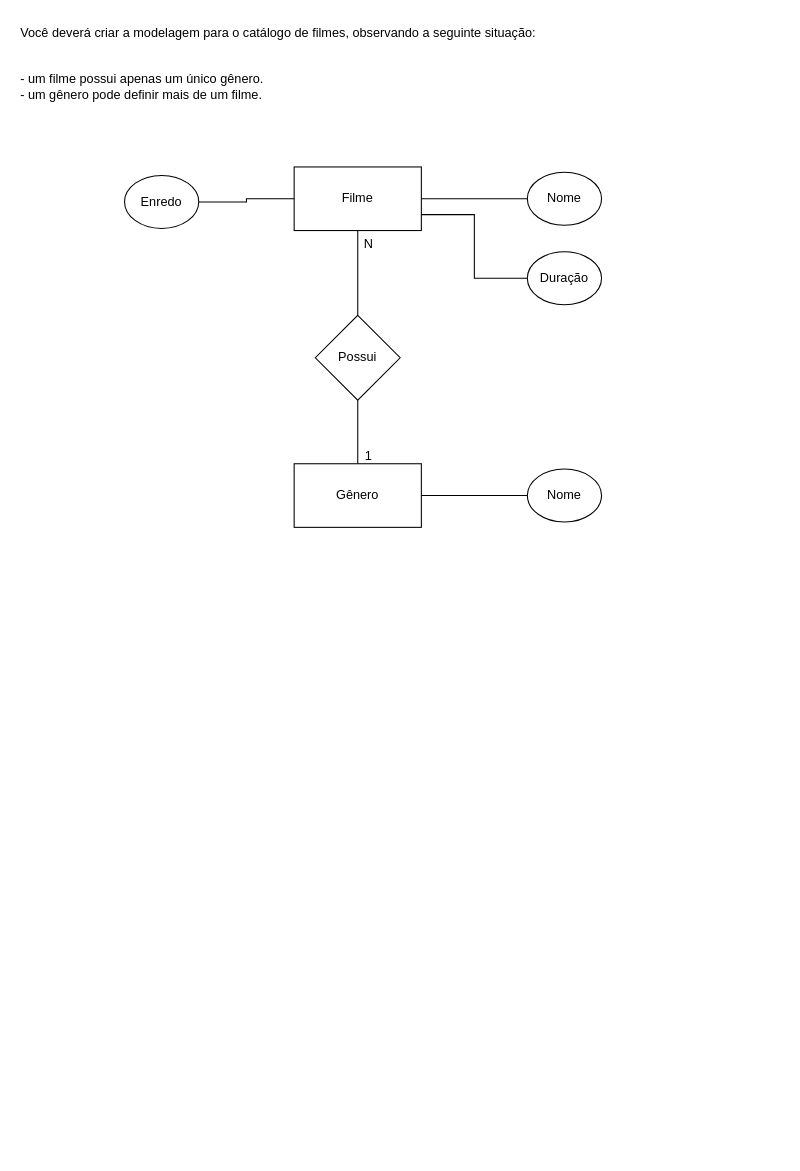
The draw.io diagram 2ºSemestre/Banco de dados (1)/modelo, entidade e relacionamento/aula 3 24.07 exercicios/1.0/1.0.drawio in Filipe-Gois/Senai, before the edit. Source tidied: cells renumbered, new cells numbered last; positions are measured from the earlier drawing's top-left corner, leaving out a move shared by most shapes. Both pictures are drawn from the tidied source at 106%, with x=0, y=0 at pixel (18, 18).
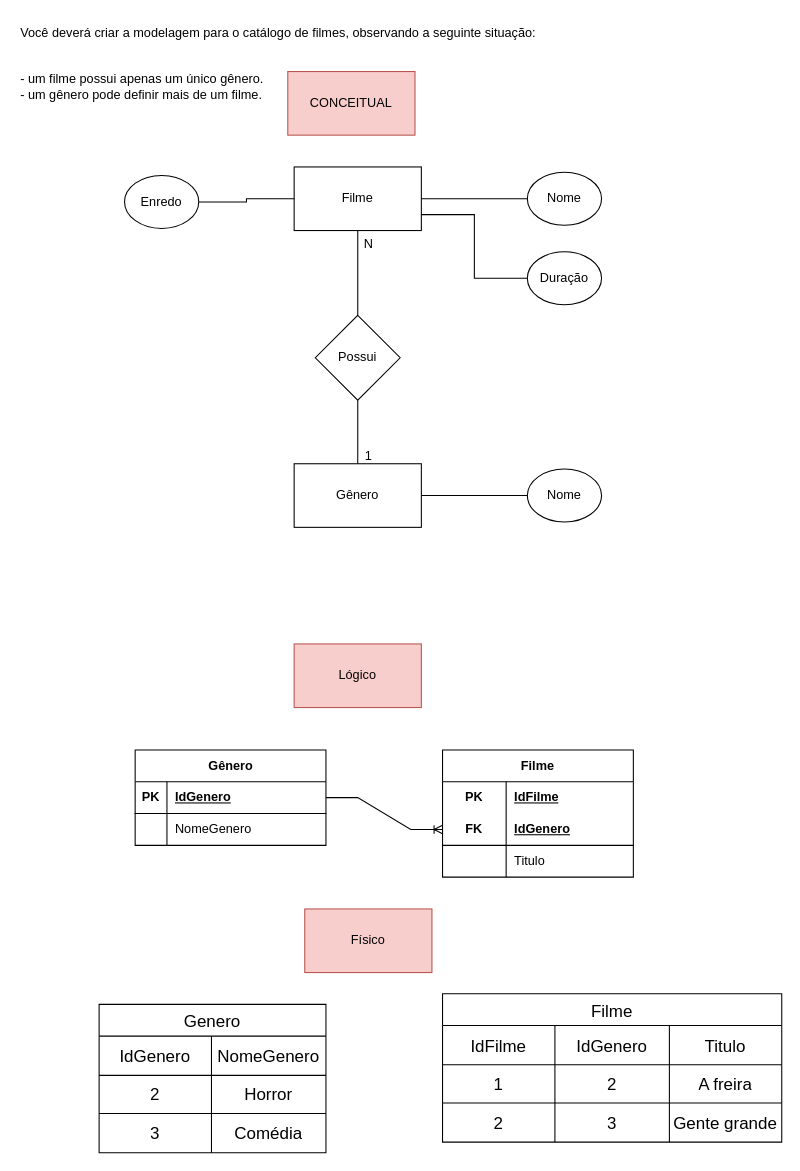
The same page after the edit.

Diff of the diagram source:
```diff
@@
+    <mxCell id="18" value="CONCEITUAL" style="rounded=0;whiteSpace=wrap;html=1;fillColor=#f8cecc;strokeColor=#b85450;" parent="1" vertex="1">
+      <mxGeometry x="254" y="50" width="120" height="60" as="geometry" />
+    </mxCell>
+    <mxCell id="19" value="Lógico" style="rounded=0;whiteSpace=wrap;html=1;fillColor=#f8cecc;strokeColor=#b85450;" parent="1" vertex="1">
+      <mxGeometry x="260" y="590" width="120" height="60" as="geometry" />
+    </mxCell>
+    <mxCell id="20" value="Gênero" style="shape=table;startSize=30;childLayout=tableLayout;rowLines=0;fontStyle=1;align=center;html=1;" parent="1" vertex="1">
+      <mxGeometry x="110" y="690" width="180" height="90" as="geometry" />
+    </mxCell>
+    <mxCell id="21" style="shape=tableRow;horizontal=0;startSize=0;swimlaneHead=0;swimlaneBody=0;fillColor=none;points=[[0,0.5],[1,0.5]];portConstraint=eastwest;top=0;left=0;right=0;bottom=1;" parent="20" vertex="1">
+      <mxGeometry y="30" width="180" height="30" as="geometry" />
+    </mxCell>
+    <mxCell id="22" value="PK" style="shape=partialRectangle;fillColor=none;top=0;left=0;bottom=0;right=0;fontStyle=1;overflow=hidden;whiteSpace=wrap;html=1;" parent="21" vertex="1">
+      <mxGeometry width="30" height="30" as="geometry" />
+    </mxCell>
+    <mxCell id="23" value="IdGenero" style="shape=partialRectangle;fillColor=none;top=0;left=0;bottom=0;right=0;align=left;spacingLeft=6;fontStyle=5;overflow=hidden;whiteSpace=wrap;html=1;" parent="21" vertex="1">
+      <mxGeometry x="30" width="150" height="30" as="geometry" />
+    </mxCell>
+    <mxCell id="24" style="shape=tableRow;horizontal=0;startSize=0;swimlaneHead=0;swimlaneBody=0;fillColor=none;top=0;left=0;right=0;bottom=0;" parent="20" vertex="1">
+      <mxGeometry y="60" width="180" height="30" as="geometry" />
+    </mxCell>
+    <mxCell id="25" style="shape=partialRectangle;fillColor=none;top=0;left=0;bottom=0;right=0;overflow=hidden;whiteSpace=wrap;html=1;" parent="24" vertex="1">
+      <mxGeometry width="30" height="30" as="geometry" />
+    </mxCell>
+    <mxCell id="26" value="NomeGenero" style="shape=partialRectangle;fillColor=none;top=0;left=0;bottom=0;right=0;align=left;spacingLeft=6;overflow=hidden;whiteSpace=wrap;html=1;" parent="24" vertex="1">
+      <mxGeometry x="30" width="150" height="30" as="geometry" />
+    </mxCell>
+    <mxCell id="27" value="Filme" style="shape=table;startSize=30;childLayout=tableLayout;rowLines=0;fontStyle=1;align=center;html=1;whiteSpace=wrap;" parent="1" vertex="1">
+      <mxGeometry x="400" y="690" width="180" height="120" as="geometry" />
+    </mxCell>
+    <mxCell id="28" style="shape=tableRow;horizontal=0;startSize=0;swimlaneHead=0;swimlaneBody=0;fillColor=none;top=0;left=0;right=0;bottom=0;html=1;" parent="27" vertex="1">
+      <mxGeometry y="30" width="180" height="30" as="geometry" />
+    </mxCell>
+    <mxCell id="29" value="PK" style="shape=partialRectangle;fillColor=none;top=0;left=0;bottom=0;right=0;fontStyle=1;overflow=hidden;html=1;whiteSpace=wrap;" parent="28" vertex="1">
+      <mxGeometry width="60" height="30" as="geometry" />
+    </mxCell>
+    <mxCell id="30" value="IdFilme" style="shape=partialRectangle;fillColor=none;top=0;left=0;bottom=0;right=0;align=left;spacingLeft=6;fontStyle=5;overflow=hidden;html=1;whiteSpace=wrap;" parent="28" vertex="1">
+      <mxGeometry x="60" width="120" height="30" as="geometry" />
+    </mxCell>
+    <mxCell id="31" style="shape=tableRow;horizontal=0;startSize=0;swimlaneHead=0;swimlaneBody=0;fillColor=none;points=[[0,0.5],[1,0.5]];portConstraint=eastwest;top=0;left=0;right=0;bottom=1;html=1;" parent="27" vertex="1">
+      <mxGeometry y="60" width="180" height="30" as="geometry" />
+    </mxCell>
+    <mxCell id="32" value="FK" style="shape=partialRectangle;fillColor=none;top=0;left=0;bottom=0;right=0;fontStyle=1;overflow=hidden;html=1;whiteSpace=wrap;" parent="31" vertex="1">
+      <mxGeometry width="60" height="30" as="geometry" />
+    </mxCell>
+    <mxCell id="33" value="IdGenero" style="shape=partialRectangle;fillColor=none;top=0;left=0;bottom=0;right=0;align=left;spacingLeft=6;fontStyle=5;overflow=hidden;html=1;whiteSpace=wrap;" parent="31" vertex="1">
+      <mxGeometry x="60" width="120" height="30" as="geometry" />
+    </mxCell>
+    <mxCell id="34" style="shape=tableRow;horizontal=0;startSize=0;swimlaneHead=0;swimlaneBody=0;fillColor=none;top=0;left=0;right=0;bottom=0;html=1;" parent="27" vertex="1">
+      <mxGeometry y="90" width="180" height="30" as="geometry" />
+    </mxCell>
+    <mxCell id="35" style="shape=partialRectangle;fillColor=none;top=0;left=0;bottom=0;right=0;overflow=hidden;html=1;whiteSpace=wrap;" parent="34" vertex="1">
+      <mxGeometry width="60" height="30" as="geometry" />
+    </mxCell>
+    <mxCell id="36" value="Titulo" style="shape=partialRectangle;fillColor=none;top=0;left=0;bottom=0;right=0;align=left;spacingLeft=6;overflow=hidden;html=1;whiteSpace=wrap;" parent="34" vertex="1">
+      <mxGeometry x="60" width="120" height="30" as="geometry" />
+    </mxCell>
+    <mxCell id="37" style="edgeStyle=entityRelationEdgeStyle;fontSize=12;html=1;endArrow=ERoneToMany;rounded=0;exitX=1;exitY=0.5;exitDx=0;exitDy=0;entryX=0;entryY=0.5;entryDx=0;entryDy=0;" parent="1" edge="1" source="21" target="31">
+      <mxGeometry relative="1" as="geometry" />
+    </mxCell>
+    <mxCell id="38" value="Físico" style="rounded=0;whiteSpace=wrap;html=1;fillColor=#f8cecc;strokeColor=#b85450;" parent="1" vertex="1">
+      <mxGeometry x="270" y="840" width="120" height="60" as="geometry" />
+    </mxCell>
+    <mxCell id="39" value="Genero" style="shape=table;startSize=30;childLayout=tableLayout;strokeColor=default;fontSize=16;" parent="1" vertex="1">
+      <mxGeometry x="76" y="930" width="214" height="140" as="geometry" />
+    </mxCell>
+    <mxCell id="40" style="shape=tableRow;horizontal=0;startSize=0;swimlaneHead=0;swimlaneBody=0;strokeColor=inherit;top=0;left=0;bottom=0;right=0;fillColor=none;fontSize=16;" parent="39" vertex="1">
+      <mxGeometry y="30" width="214" height="37" as="geometry" />
+    </mxCell>
+    <mxCell id="41" value="IdGenero" style="shape=partialRectangle;html=1;whiteSpace=wrap;strokeColor=inherit;overflow=hidden;fillColor=none;top=0;left=0;bottom=0;right=0;fontSize=16;" parent="40" vertex="1">
+      <mxGeometry width="106" height="37" as="geometry" />
+    </mxCell>
+    <mxCell id="42" value="NomeGenero" style="shape=partialRectangle;html=1;whiteSpace=wrap;strokeColor=inherit;overflow=hidden;fillColor=none;top=0;left=0;bottom=0;right=0;fontSize=16;" parent="40" vertex="1">
+      <mxGeometry x="106" width="108" height="37" as="geometry" />
+    </mxCell>
+    <mxCell id="43" style="shape=tableRow;horizontal=0;startSize=0;swimlaneHead=0;swimlaneBody=0;strokeColor=inherit;top=0;left=0;bottom=0;right=0;fillColor=none;fontSize=16;" parent="39" vertex="1">
+      <mxGeometry y="67" width="214" height="36" as="geometry" />
+    </mxCell>
+    <mxCell id="44" value="2" style="shape=partialRectangle;html=1;whiteSpace=wrap;strokeColor=inherit;overflow=hidden;fillColor=none;top=0;left=0;bottom=0;right=0;fontSize=16;" parent="43" vertex="1">
+      <mxGeometry width="106" height="36" as="geometry" />
+    </mxCell>
+    <mxCell id="45" value="Horror" style="shape=partialRectangle;html=1;whiteSpace=wrap;strokeColor=inherit;overflow=hidden;fillColor=none;top=0;left=0;bottom=0;right=0;fontSize=16;" parent="43" vertex="1">
+      <mxGeometry x="106" width="108" height="36" as="geometry" />
+    </mxCell>
+    <mxCell id="46" style="shape=tableRow;horizontal=0;startSize=0;swimlaneHead=0;swimlaneBody=0;strokeColor=inherit;top=0;left=0;bottom=0;right=0;fillColor=none;fontSize=16;" parent="39" vertex="1">
+      <mxGeometry y="103" width="214" height="37" as="geometry" />
+    </mxCell>
+    <mxCell id="47" value="3" style="shape=partialRectangle;html=1;whiteSpace=wrap;strokeColor=inherit;overflow=hidden;fillColor=none;top=0;left=0;bottom=0;right=0;fontSize=16;" parent="46" vertex="1">
+      <mxGeometry width="106" height="37" as="geometry" />
+    </mxCell>
+    <mxCell id="48" value="Comédia" style="shape=partialRectangle;html=1;whiteSpace=wrap;strokeColor=inherit;overflow=hidden;fillColor=none;top=0;left=0;bottom=0;right=0;fontSize=16;" parent="46" vertex="1">
+      <mxGeometry x="106" width="108" height="37" as="geometry" />
+    </mxCell>
+    <mxCell id="49" value="Filme" style="shape=table;startSize=30;childLayout=tableLayout;strokeColor=default;fontSize=16;" parent="1" vertex="1">
+      <mxGeometry x="400" y="920" width="320" height="140" as="geometry" />
+    </mxCell>
+    <mxCell id="50" style="shape=tableRow;horizontal=0;startSize=0;swimlaneHead=0;swimlaneBody=0;strokeColor=inherit;top=0;left=0;bottom=0;right=0;fillColor=none;fontSize=16;" parent="49" vertex="1">
+      <mxGeometry y="30" width="320" height="37" as="geometry" />
+    </mxCell>
+    <mxCell id="51" value="IdFilme" style="shape=partialRectangle;html=1;whiteSpace=wrap;strokeColor=inherit;overflow=hidden;fillColor=none;top=0;left=0;bottom=0;right=0;fontSize=16;" parent="50" vertex="1">
+      <mxGeometry width="106" height="37" as="geometry" />
+    </mxCell>
+    <mxCell id="52" value="IdGenero" style="shape=partialRectangle;html=1;whiteSpace=wrap;strokeColor=inherit;overflow=hidden;fillColor=none;top=0;left=0;bottom=0;right=0;fontSize=16;" parent="50" vertex="1">
+      <mxGeometry x="106" width="108" height="37" as="geometry" />
+    </mxCell>
+    <mxCell id="53" value="Titulo" style="shape=partialRectangle;html=1;whiteSpace=wrap;strokeColor=inherit;overflow=hidden;fillColor=none;top=0;left=0;bottom=0;right=0;fontSize=16;" parent="50" vertex="1">
+      <mxGeometry x="214" width="106" height="37" as="geometry" />
+    </mxCell>
+    <mxCell id="54" style="shape=tableRow;horizontal=0;startSize=0;swimlaneHead=0;swimlaneBody=0;strokeColor=inherit;top=0;left=0;bottom=0;right=0;fillColor=none;fontSize=16;" parent="49" vertex="1">
+      <mxGeometry y="67" width="320" height="36" as="geometry" />
+    </mxCell>
+    <mxCell id="55" value="1" style="shape=partialRectangle;html=1;whiteSpace=wrap;strokeColor=inherit;overflow=hidden;fillColor=none;top=0;left=0;bottom=0;right=0;fontSize=16;" parent="54" vertex="1">
+      <mxGeometry width="106" height="36" as="geometry" />
+    </mxCell>
+    <mxCell id="56" value="2" style="shape=partialRectangle;html=1;whiteSpace=wrap;strokeColor=inherit;overflow=hidden;fillColor=none;top=0;left=0;bottom=0;right=0;fontSize=16;" parent="54" vertex="1">
+      <mxGeometry x="106" width="108" height="36" as="geometry" />
+    </mxCell>
+    <mxCell id="57" value="A freira" style="shape=partialRectangle;html=1;whiteSpace=wrap;strokeColor=inherit;overflow=hidden;fillColor=none;top=0;left=0;bottom=0;right=0;fontSize=16;" parent="54" vertex="1">
+      <mxGeometry x="214" width="106" height="36" as="geometry" />
+    </mxCell>
+    <mxCell id="58" style="shape=tableRow;horizontal=0;startSize=0;swimlaneHead=0;swimlaneBody=0;strokeColor=inherit;top=0;left=0;bottom=0;right=0;fillColor=none;fontSize=16;" parent="49" vertex="1">
+      <mxGeometry y="103" width="320" height="37" as="geometry" />
+    </mxCell>
+    <mxCell id="59" value="2" style="shape=partialRectangle;html=1;whiteSpace=wrap;strokeColor=inherit;overflow=hidden;fillColor=none;top=0;left=0;bottom=0;right=0;fontSize=16;" parent="58" vertex="1">
+      <mxGeometry width="106" height="37" as="geometry" />
+    </mxCell>
+    <mxCell id="60" value="3" style="shape=partialRectangle;html=1;whiteSpace=wrap;strokeColor=inherit;overflow=hidden;fillColor=none;top=0;left=0;bottom=0;right=0;fontSize=16;" parent="58" vertex="1">
+      <mxGeometry x="106" width="108" height="37" as="geometry" />
+    </mxCell>
+    <mxCell id="61" value="Gente grande" style="shape=partialRectangle;html=1;whiteSpace=wrap;strokeColor=inherit;overflow=hidden;fillColor=none;top=0;left=0;bottom=0;right=0;fontSize=16;" parent="58" vertex="1">
+      <mxGeometry x="214" width="106" height="37" as="geometry" />
+    </mxCell>
```
